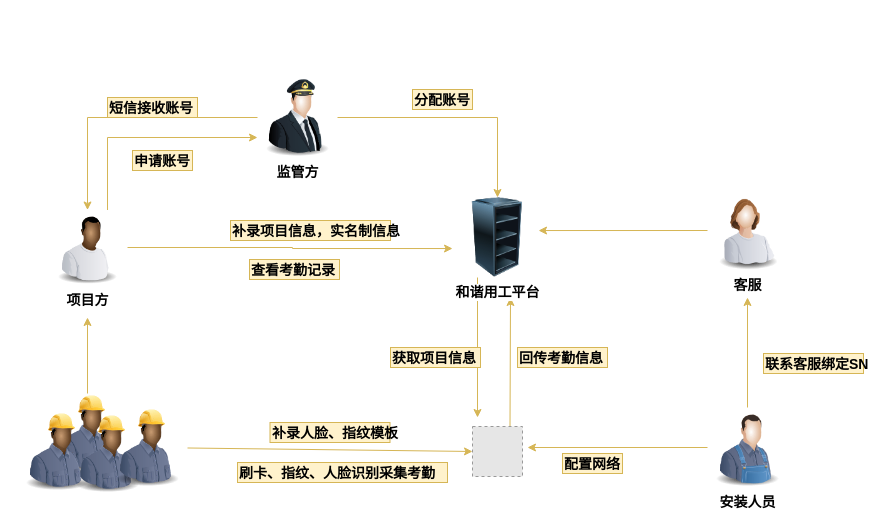
The draw.io diagram think/Untitled Diagram.drawio in yyl1760/draw, before the edit. Source tidied: cells renumbered, new cells numbered last; positions are measured from the earlier drawing's top-left corner, leaving out a move shared by most shapes. Both pictures are drawn from the tidied source at 100%, with x=0, y=0 at pixel (17, 77). Pictures stored in the file or linked from it are replaced by grey dashed boxes.
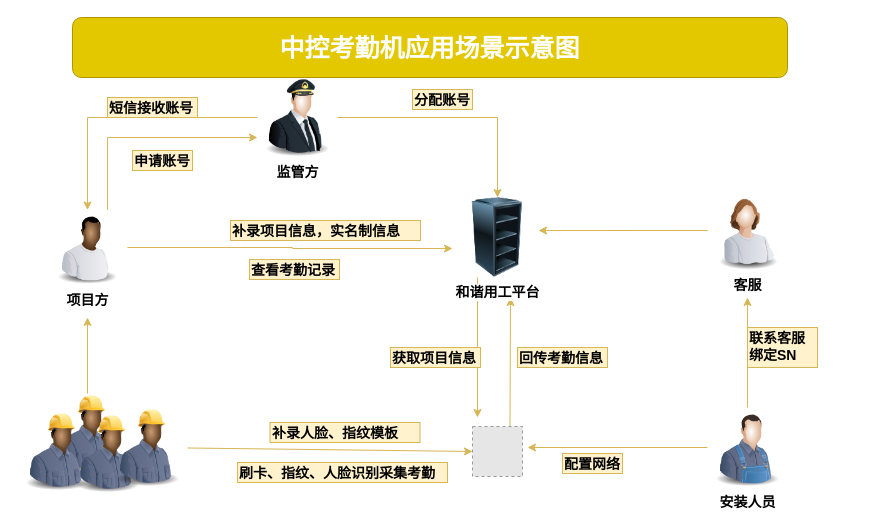
After the change.

The edit, as a diff of the source:
```diff
@@
-    <mxCell id="22" value="补录人脸、指纹模板" style="text;html=1;align=left;verticalAlign=top;spacingTop=-4;fillColor=#fff2cc;strokeColor=#d6b656;fontSize=14;fontStyle=1;" parent="1" vertex="1">
-      <mxGeometry x="252.5" y="345" width="120" height="20" as="geometry" />
+    <mxCell id="22" value="补录人脸、指纹模板&amp;nbsp;&amp;nbsp;" style="text;html=1;align=left;verticalAlign=top;spacingTop=-4;fillColor=#fff2cc;strokeColor=#d6b656;fontSize=14;fontStyle=1;" parent="1" vertex="1">
+      <mxGeometry x="252.5" y="345" width="150" height="20" as="geometry" />
     </mxCell>
@@
-    <mxCell id="25" value="补录项目信息，实名制信息" style="text;html=1;align=left;verticalAlign=top;spacingTop=-4;fillColor=#fff2cc;strokeColor=#d6b656;fontSize=14;fontStyle=1;" parent="1" vertex="1">
-      <mxGeometry x="213" y="143" width="160" height="20" as="geometry" />
+    <mxCell id="25" value="补录项目信息，实名制信息&amp;nbsp;&amp;nbsp;" style="text;html=1;align=left;verticalAlign=top;spacingTop=-4;fillColor=#fff2cc;strokeColor=#d6b656;fontSize=14;fontStyle=1;" parent="1" vertex="1">
+      <mxGeometry x="213" y="143" width="190" height="20" as="geometry" />
     </mxCell>
@@
-    <mxCell id="31" value="联系客服绑定SN" style="text;html=1;align=left;verticalAlign=top;spacingTop=-4;fillColor=#fff2cc;strokeColor=#d6b656;fontSize=14;fontStyle=1;" parent="1" vertex="1">
-      <mxGeometry x="746" y="276" width="100" height="20" as="geometry" />
+    <mxCell id="31" value="联系客服&lt;br&gt;绑定SN" style="text;html=1;align=left;verticalAlign=top;spacingTop=-4;fillColor=#fff2cc;strokeColor=#d6b656;fontSize=14;fontStyle=1;" parent="1" vertex="1">
+      <mxGeometry x="730" y="250" width="70" height="40" as="geometry" />
     </mxCell>
@@
+    <mxCell id="34" value="中控考勤机应用场景示意图" style="rounded=1;whiteSpace=wrap;html=1;fillColor=#e3c800;strokeColor=#B09500;fontColor=#ffffff;fontSize=25;fontStyle=1;" parent="1" vertex="1">
+      <mxGeometry x="55" y="-60" width="715" height="60" as="geometry" />
+    </mxCell>
```
